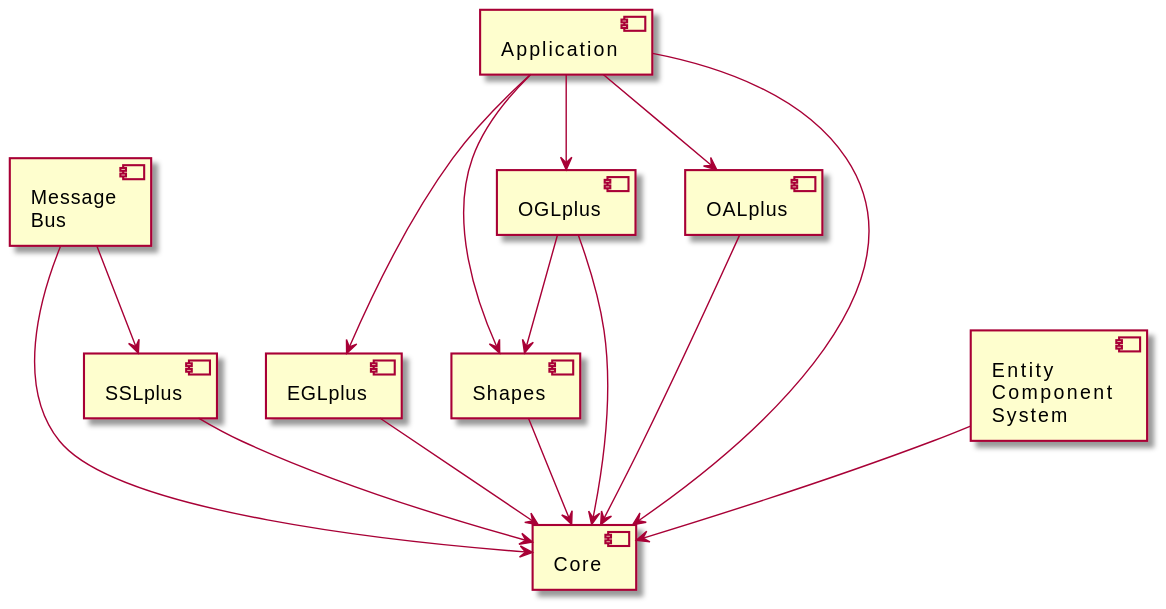
Above: doc/diagrams/eagine/components.svg in matus-chochlik/eagine-all (PlantUML), before the change.
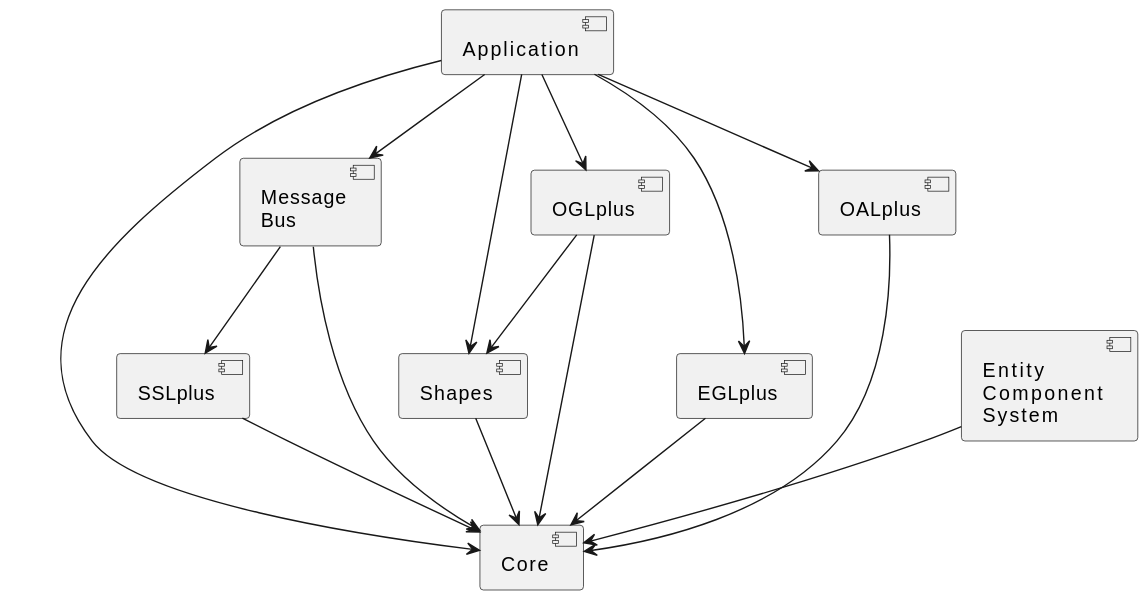
Later version of the same file.

Commit message:
Updated the component diagram

Diff of the diagram source:
```diff
@@ -23,4 +23,5 @@
 app --> oglplus
 app --> oalplus
 app --> shapes
+app --> msgbus
 @enduml
```
